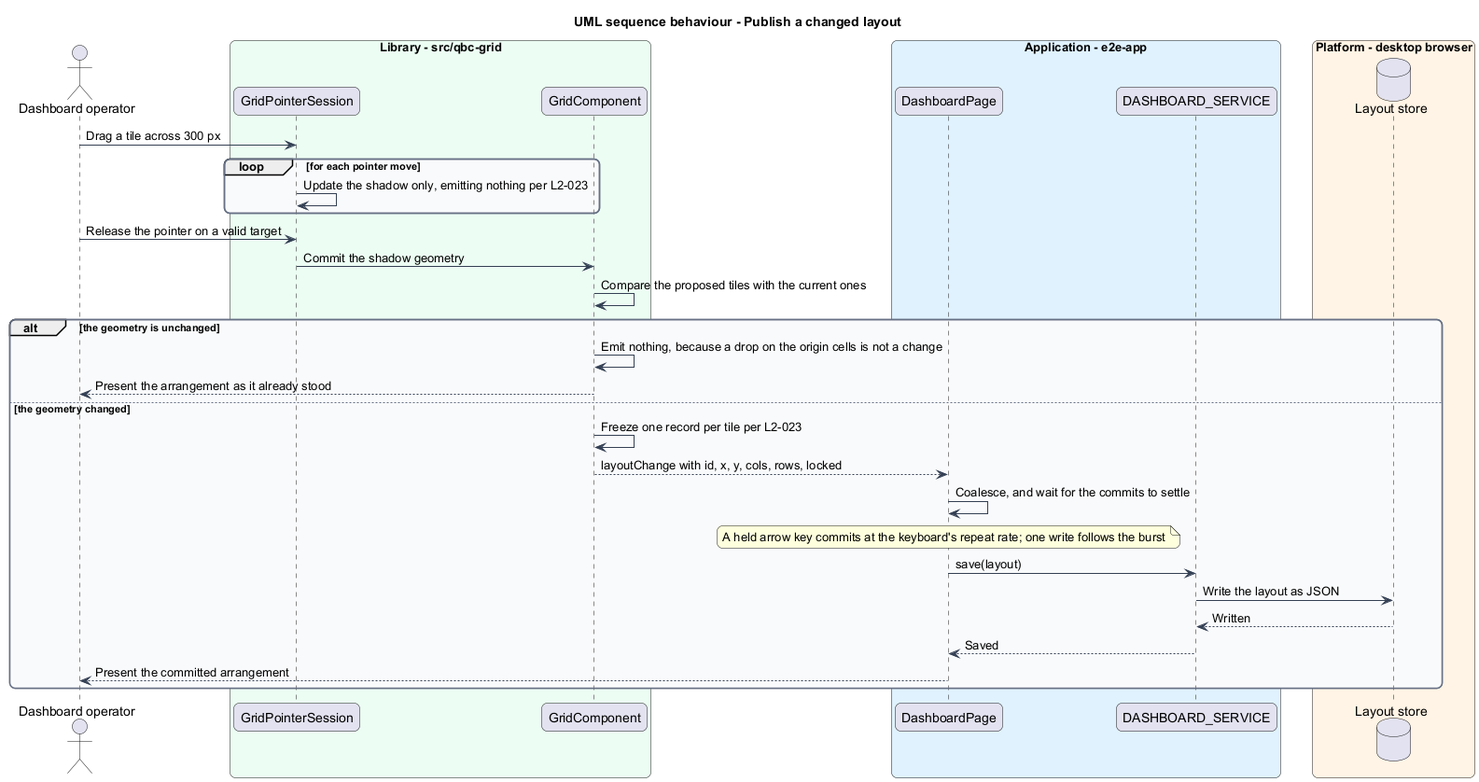
Before: docs/detailed-designs/grid-layout/publish-and-restore-layout/diagrams/sequence-publish.png, a diagram exported from PlantUML (QuinntyneBrown/qbc-grid).
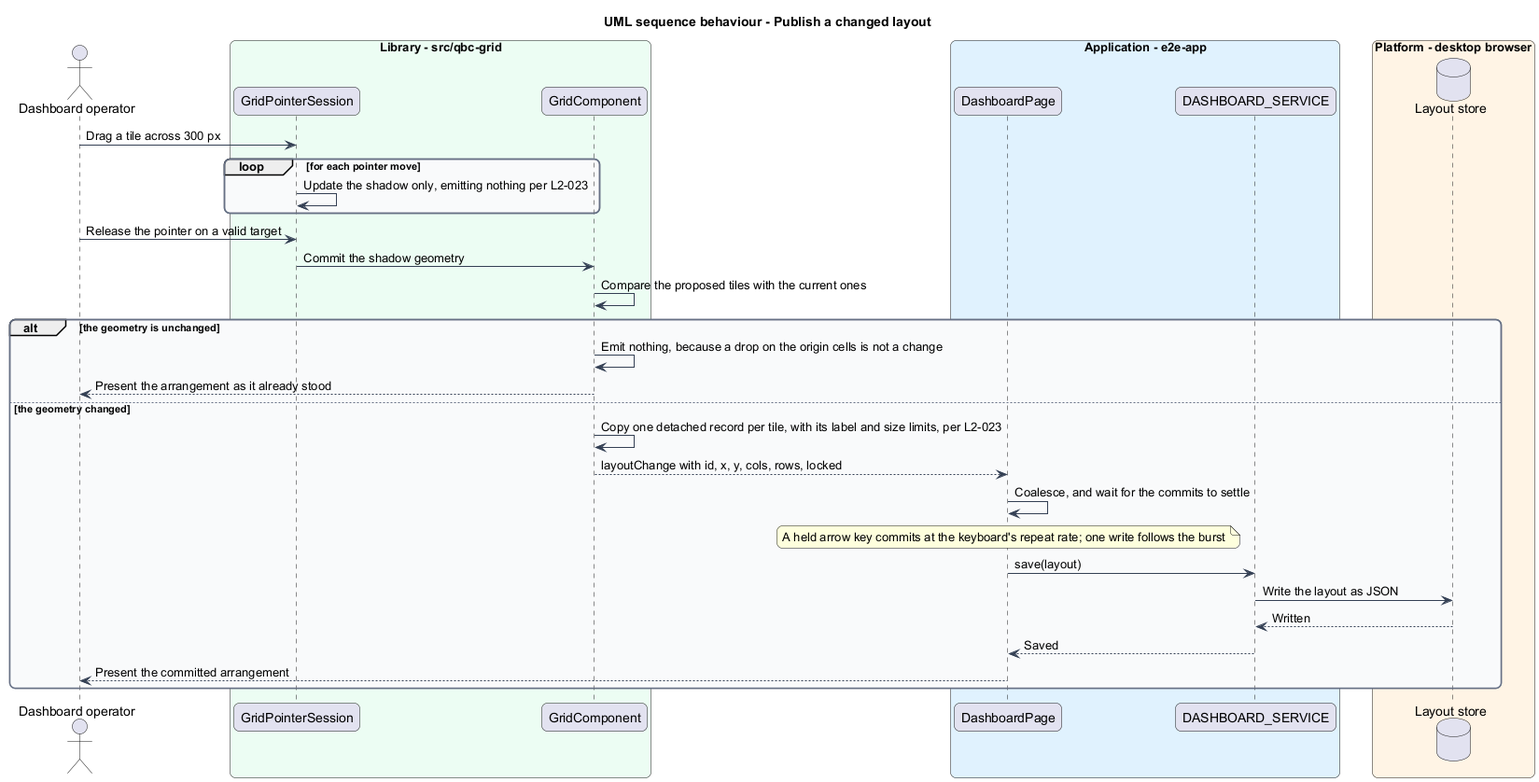
The same diagram one commit later.

Commit message:
specs: compare the whole record, and let the frame do the gesture's work

What changed in the source:
```diff
@@ -38,7 +38,7 @@
   grid -> grid : Emit nothing, because a drop on the origin cells is not a change
   grid --> actor : Present the arrangement as it already stood
 else the geometry changed
-  grid -> grid : Freeze one record per tile per L2-023
+  grid -> grid : Copy one detached record per tile, with its label and size limits, per L2-023
   grid --> dashboard : layoutChange with id, x, y, cols, rows, locked
   dashboard -> dashboard : Coalesce, and wait for the commits to settle
   note over dashboard : A held arrow key commits at the keyboard's repeat rate; one write follows the burst
```
